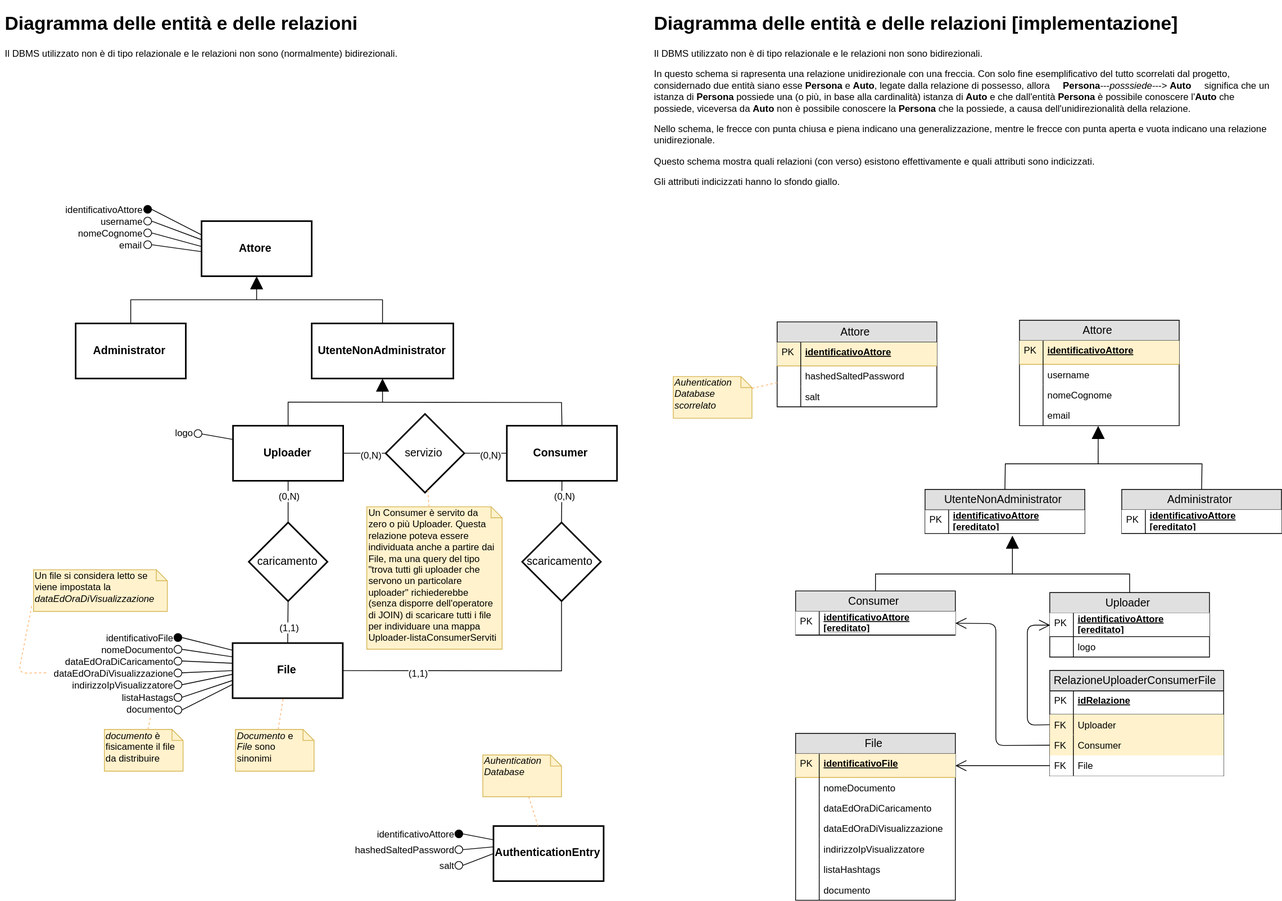
matteoferfoglia/progetto-progrweb-2020 keeps this draw.io diagram as algoritmi schemi e note progettuali/diagramma ER/diagramma_er.svg. Above is the earlier version. Source tidied: cells renumbered, new cells last; positions are measured from the earlier drawing's top-left corner, leaving out a move shared by most shapes.
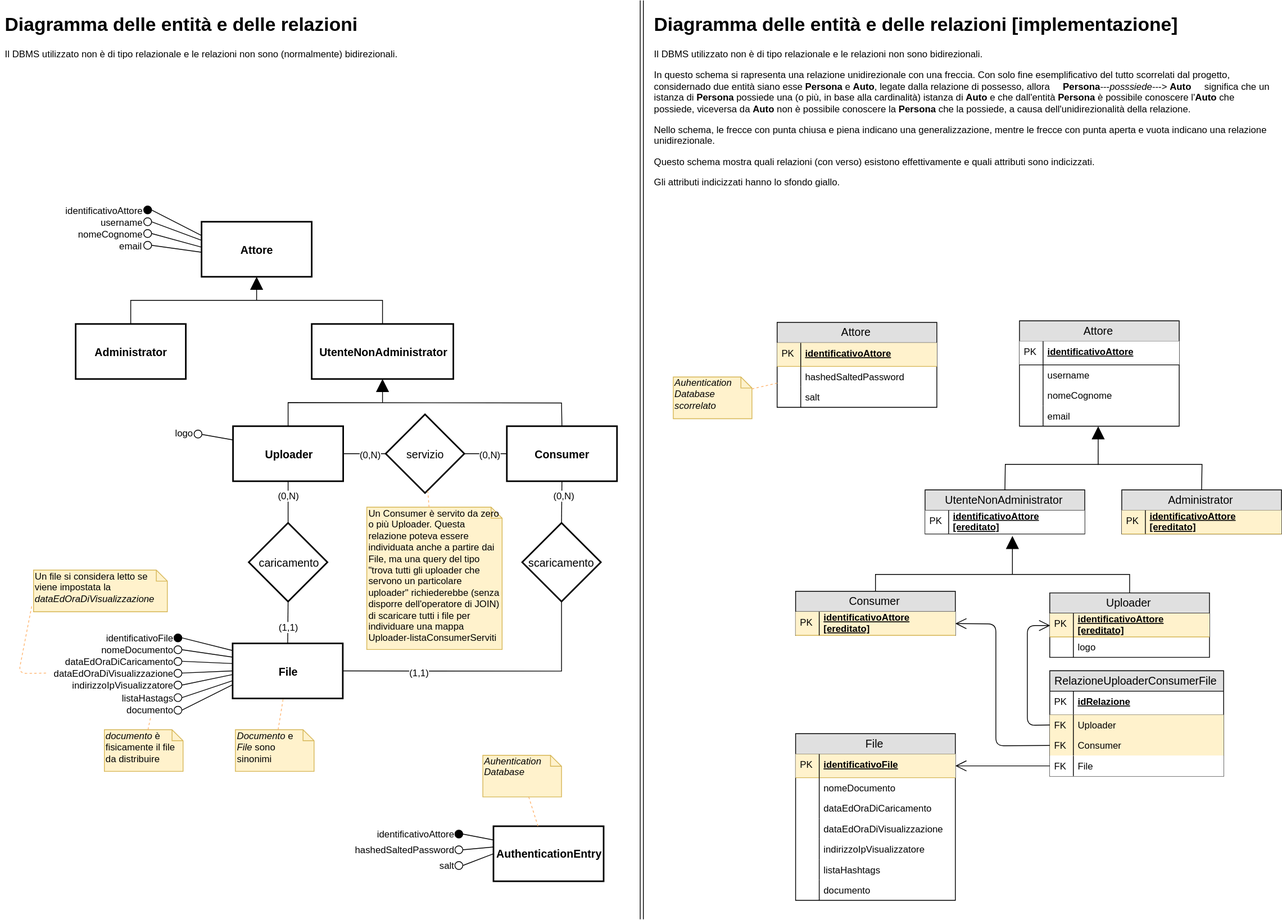
After the change.

Commit message:
Aggiornamento schema.

Change to the diagram source:
```diff
@@ -454,11 +454,6 @@
     <mxCell id="141" style="group;" parent="1" vertex="1">
       <mxGeometry x="983" y="530" width="120" height="20" as="geometry" />
     </mxCell>
-    <mxCell id="142" style="endArrow=open;html=1;strokeColor=#000000;endFill=0;endSize=12;exitX=0.5;exitY=1;exitDx=0;exitDy=0;entryX=0.5;entryY=0;entryDx=0;entryDy=0;" parent="1" edge="1" source="x">
-      <mxGeometry relative="1" as="geometry">
-        <mxPoint x="1386.5" y="742.2" as="targetPoint" />
-      </mxGeometry>
-    </mxCell>
     <mxCell id="143" value="File" style="swimlane;fontStyle=0;horizontal=1;startSize=26;fillColor=#e0e0e0;swimlaneFillColor=#ffffff;align=center;fontSize=14;" parent="1" vertex="1">
       <mxGeometry x="1009.5" y="922.5" width="203" height="212" as="geometry" />
     </mxCell>
@@ -537,7 +532,7 @@
     <mxCell id="168" value="Uploader" style="swimlane;fontStyle=0;horizontal=1;startSize=26;fillColor=#e0e0e0;swimlaneFillColor=#ffffff;align=center;fontSize=14;" parent="1" vertex="1">
       <mxGeometry x="1332.5" y="743.5" width="203" height="82" as="geometry" />
     </mxCell>
-    <mxCell id="169" value="identificativoAttore&#10;[ereditato]" style="shape=partialRectangle;top=0;left=0;right=0;bottom=1;align=left;verticalAlign=middle;spacingLeft=34;spacingRight=4;overflow=hidden;fontStyle=5;fontSize=12;strokeWidth=1;" parent="168" vertex="1">
+    <mxCell id="169" value="identificativoAttore&#10;[ereditato]" style="shape=partialRectangle;top=0;left=0;right=0;bottom=1;align=left;verticalAlign=middle;spacingLeft=34;spacingRight=4;overflow=hidden;fontStyle=5;fontSize=12;strokeWidth=1;fillColor=#fff2cc;strokeColor=#d6b656;" parent="168" vertex="1">
       <mxGeometry y="26" width="203" height="30" as="geometry" />
     </mxCell>
     <mxCell id="170" value="PK" style="shape=partialRectangle;top=0;left=0;bottom=0;fillColor=none;align=left;verticalAlign=middle;spacingLeft=4;spacingRight=4;overflow=hidden;fontSize=12;" parent="169" vertex="1">
@@ -552,7 +547,7 @@
     <mxCell id="173" value="Consumer" style="swimlane;fontStyle=0;horizontal=1;startSize=26;fillColor=#e0e0e0;swimlaneFillColor=#ffffff;align=center;fontSize=14;" parent="1" vertex="1">
       <mxGeometry x="1009.5" y="741.5" width="203" height="56" as="geometry" />
     </mxCell>
-    <mxCell id="174" value="identificativoAttore&#10;[ereditato]" style="shape=partialRectangle;top=0;left=0;right=0;bottom=1;align=left;verticalAlign=middle;spacingLeft=34;spacingRight=4;overflow=hidden;points=[[0,0.5],[1,0.5]];portConstraint=eastwest;fontStyle=5;fontSize=12;strokeWidth=1;" parent="173" vertex="1">
+    <mxCell id="174" value="identificativoAttore&#10;[ereditato]" style="shape=partialRectangle;top=0;left=0;right=0;bottom=1;align=left;verticalAlign=middle;spacingLeft=34;spacingRight=4;overflow=hidden;points=[[0,0.5],[1,0.5]];portConstraint=eastwest;fontStyle=5;fontSize=12;strokeWidth=1;fillColor=#fff2cc;strokeColor=#d6b656;" parent="173" vertex="1">
       <mxGeometry y="26" width="203" height="30" as="geometry" />
     </mxCell>
     <mxCell id="175" value="PK" style="shape=partialRectangle;top=0;left=0;bottom=0;fillColor=none;align=left;verticalAlign=middle;spacingLeft=4;spacingRight=4;overflow=hidden;fontSize=12;" parent="174" vertex="1">
@@ -587,7 +582,7 @@
     <mxCell id="181" value="Administrator" style="swimlane;fontStyle=0;horizontal=1;startSize=26;fillColor=#e0e0e0;swimlaneFillColor=#ffffff;align=center;fontSize=14;" parent="1" vertex="1">
       <mxGeometry x="1424" y="612.5" width="203" height="56" as="geometry" />
     </mxCell>
-    <mxCell id="182" value="identificativoAttore&#10;[ereditato]" style="shape=partialRectangle;top=0;left=0;right=0;bottom=1;align=left;verticalAlign=middle;spacingLeft=34;spacingRight=4;overflow=hidden;fontStyle=5;fontSize=12;strokeWidth=1;" parent="181" vertex="1">
+    <mxCell id="182" value="identificativoAttore&#10;[ereditato]" style="shape=partialRectangle;top=0;left=0;right=0;bottom=1;align=left;verticalAlign=middle;spacingLeft=34;spacingRight=4;overflow=hidden;fontStyle=5;fontSize=12;strokeWidth=1;fillColor=#fff2cc;strokeColor=#d6b656;" parent="181" vertex="1">
       <mxGeometry y="26" width="203" height="30" as="geometry" />
     </mxCell>
     <mxCell id="183" value="PK" style="shape=partialRectangle;top=0;left=0;bottom=0;fillColor=none;align=left;verticalAlign=middle;spacingLeft=4;spacingRight=4;overflow=hidden;fontSize=12;" parent="182" vertex="1">
@@ -626,7 +621,7 @@
     <mxCell id="189" value="Attore" style="swimlane;fontStyle=0;horizontal=1;startSize=26;fillColor=#e0e0e0;swimlaneFillColor=#ffffff;align=center;fontSize=14;" parent="1" vertex="1">
       <mxGeometry x="1294" y="397.5" width="203" height="134" as="geometry" />
     </mxCell>
-    <mxCell id="190" value="identificativoAttore" style="shape=partialRectangle;top=0;left=0;right=0;bottom=1;align=left;verticalAlign=middle;fillColor=#fff2cc;spacingLeft=34;spacingRight=4;overflow=hidden;fontStyle=5;fontSize=12;strokeColor=#d6b656;" parent="189" vertex="1">
+    <mxCell id="190" value="identificativoAttore" style="shape=partialRectangle;top=0;left=0;right=0;bottom=1;align=left;verticalAlign=middle;spacingLeft=34;spacingRight=4;overflow=hidden;fontStyle=5;fontSize=12;" parent="189" vertex="1">
       <mxGeometry y="26" width="203" height="30" as="geometry" />
     </mxCell>
     <mxCell id="191" value="PK" style="shape=partialRectangle;top=0;left=0;bottom=0;fillColor=none;align=left;verticalAlign=middle;spacingLeft=4;spacingRight=4;overflow=hidden;fontSize=12;" parent="190" vertex="1">
@@ -680,5 +675,11 @@
     <mxCell id="207" value="&lt;h1&gt;Diagramma delle entità e delle relazioni [implementazione]&lt;/h1&gt;&lt;p&gt;Il DBMS utilizzato non è di tipo relazionale e le relazioni non sono bidirezionali.&lt;/p&gt;&lt;p&gt;In questo schema si rapresenta una relazione unidirezionale con una freccia. Con solo fine esemplificativo del tutto scorrelati dal progetto, considernado due entità siano esse&amp;nbsp;&lt;b&gt;Persona&lt;/b&gt;&amp;nbsp;e&amp;nbsp;&lt;b&gt;Auto&lt;/b&gt;, legate dalla relazione di possesso, allora&amp;nbsp; &amp;nbsp; &amp;nbsp;&lt;b&gt;Persona&lt;/b&gt;---&lt;i&gt;posssiede&lt;/i&gt;---&amp;gt;&amp;nbsp;&lt;b&gt;Auto&lt;/b&gt;&amp;nbsp; &amp;nbsp; &amp;nbsp;significa che un istanza di&amp;nbsp;&lt;b&gt;Persona&lt;/b&gt;&amp;nbsp;possiede una (o più, in base alla cardinalità) istanza di&amp;nbsp;&lt;b&gt;Auto&lt;/b&gt;&amp;nbsp;e che dall'entità&amp;nbsp;&lt;b&gt;Persona&lt;/b&gt;&amp;nbsp;è possibile conoscere l'&lt;b&gt;Auto&lt;/b&gt;&amp;nbsp;che possiede, viceversa da&amp;nbsp;&lt;b&gt;Auto&lt;/b&gt;&amp;nbsp;non è possibile conoscere la&amp;nbsp;&lt;b&gt;Persona&lt;/b&gt;&amp;nbsp;che la possiede, a causa dell'unidirezionalità della relazione.&lt;/p&gt;&lt;p&gt;Nello schema, le frecce con punta chiusa e piena indicano una generalizzazione, mentre le frecce con punta aperta e vuota indicano una relazione unidirezionale.&lt;/p&gt;&lt;p&gt;Questo schema mostra quali relazioni (con verso) esistono effettivamente e quali attributi sono indicizzati.&lt;/p&gt;&lt;p&gt;Gli attributi indicizzati hanno lo sfondo giallo.&lt;/p&gt;" style="text;html=1;strokeColor=none;fillColor=none;spacing=5;spacingTop=-20;whiteSpace=wrap;overflow=hidden;rounded=0;" parent="1" vertex="1">
       <mxGeometry x="825" y="1" width="802" height="240" as="geometry" />
     </mxCell>
+    <mxCell id="208" style="shape=link;html=1;" parent="1" edge="1">
+      <mxGeometry relative="1" as="geometry">
+        <mxPoint x="814" y="1158.6" as="sourcePoint" />
+        <mxPoint x="814" y="-10" as="targetPoint" />
+      </mxGeometry>
+    </mxCell>
   </root>
 </mxGraphModel>
```
